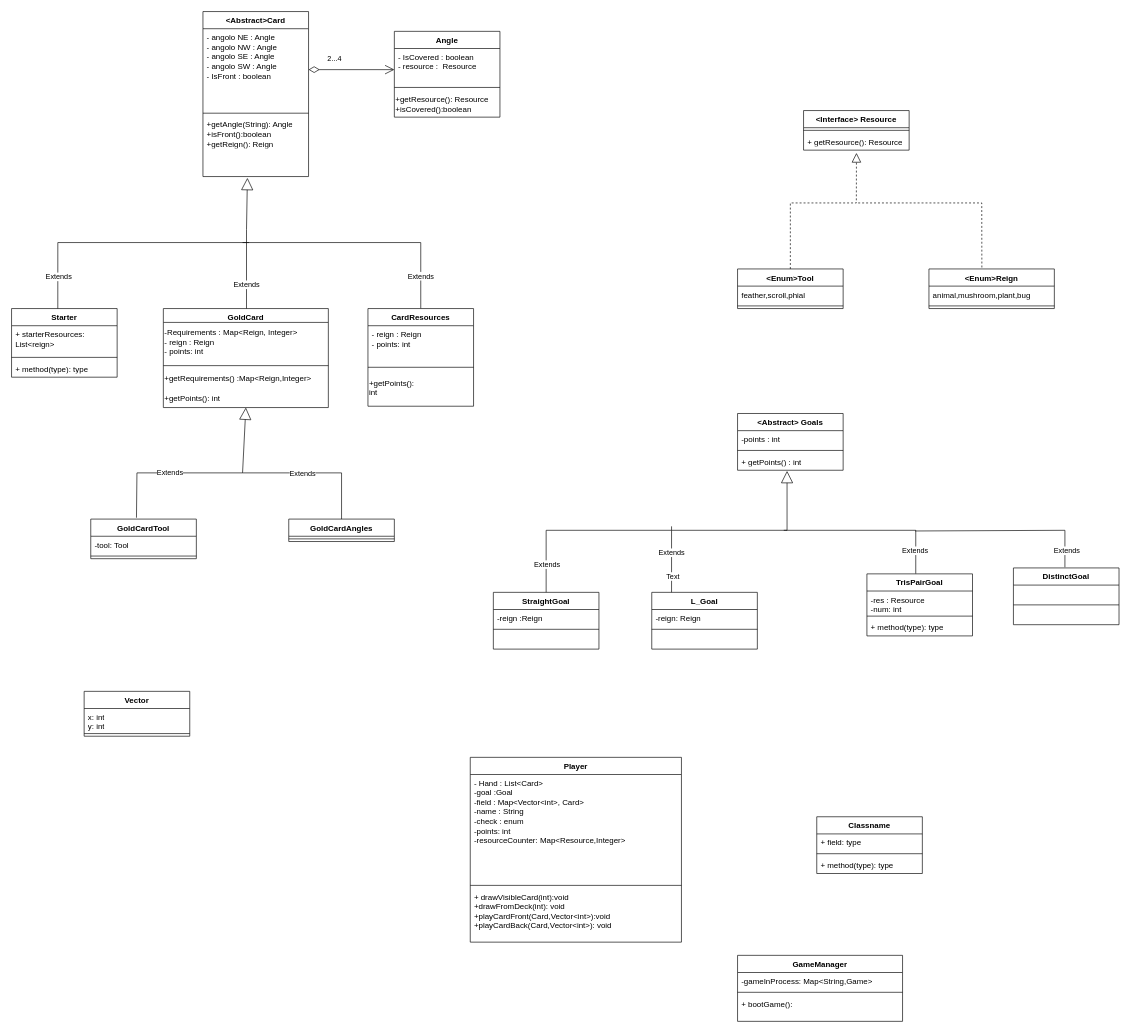
Above: Diagramma senza titolo.drawio in MaximilianMangosi/ing-sw-2024-Mangosi-Laguardia-Lapi-Mattina (draw.io), before the change. Source tidied: cells renumbered, new cells numbered last; positions are measured from the earlier drawing's top-left corner, leaving out a move shared by most shapes. Both pictures are drawn from the tidied source at 66%, with x=0, y=0 at pixel (11, 11).
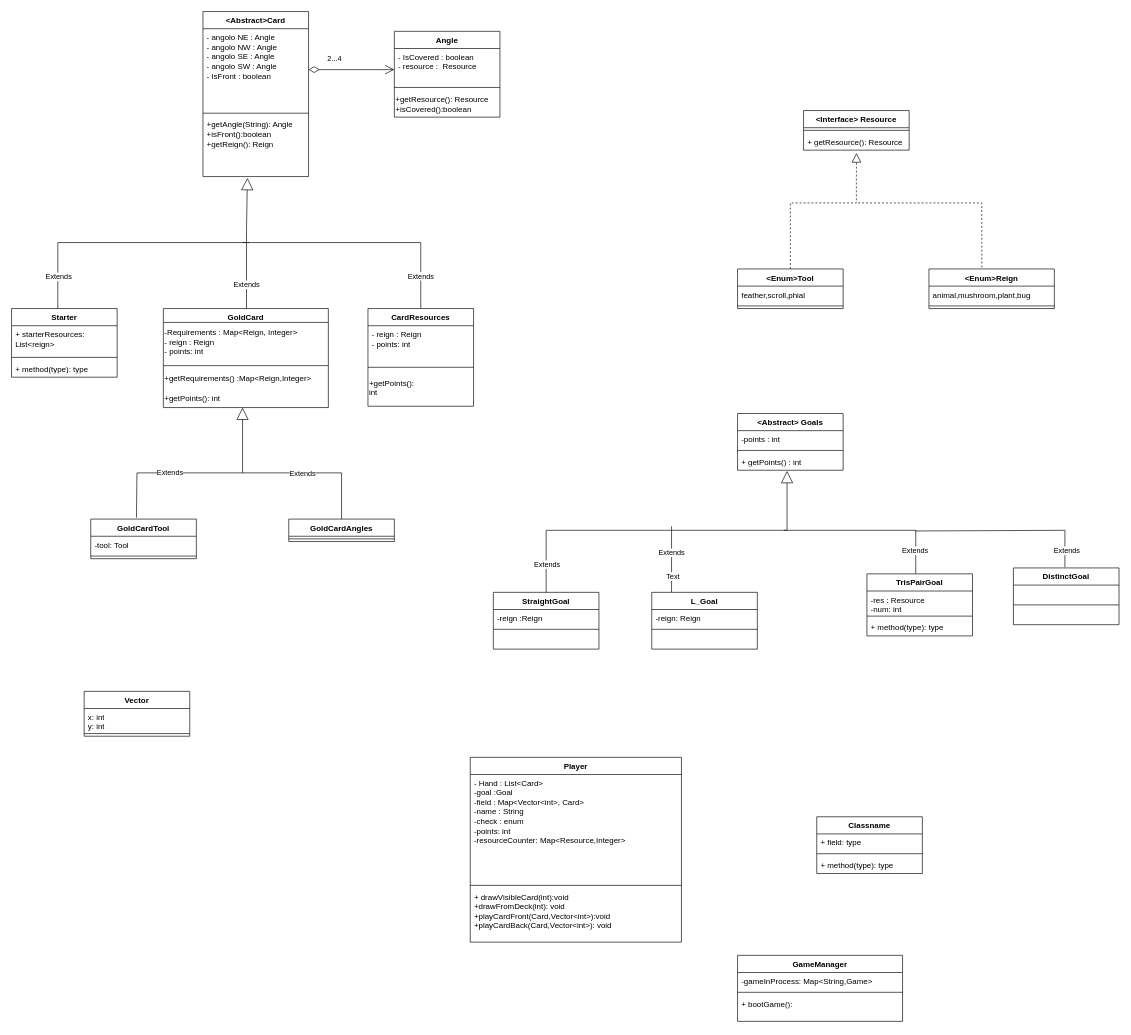
After the change.

The change refers to these unchanged cells:
```xml
<mxCell id="20" value="&lt;div align=&quot;left&quot;&gt;+getRequirements() :Map&amp;lt;Reign,Integer&amp;gt;&lt;br&gt;&lt;/div&gt;&lt;div align=&quot;left&quot;&gt;&lt;br&gt;&lt;/div&gt;&lt;div align=&quot;left&quot;&gt;+getPoints(): int&lt;br&gt;&lt;/div&gt;" style="text;html=1;align=left;verticalAlign=middle;whiteSpace=wrap;rounded=0;" parent="17" vertex="1">
  <mxGeometry y="92" width="250" height="58" as="geometry" />
</mxCell>
<mxCell id="23" value="GoldCardTool" style="swimlane;fontStyle=1;align=center;verticalAlign=top;horizontal=1;startSize=26;whiteSpace=wrap;html=1;" parent="1" vertex="1">
  <mxGeometry x="120" y="769" width="160" height="60" as="geometry" />
</mxCell>
```

What changed in the source:
```diff
@@
-    <mxCell id="30" value="Extends" style="endArrow=block;endSize=16;endFill=0;html=1;rounded=0;entryX=0.5;entryY=1;entryDx=0;entryDy=0;exitX=0.433;exitY=-0.035;exitDx=0;exitDy=0;exitPerimeter=0;" parent="1" edge="1" source="23" target="20">
+    <mxCell id="30" value="Extends" style="endArrow=block;endSize=16;endFill=0;html=1;rounded=0;entryX=0.48;entryY=1;entryDx=0;entryDy=0;exitX=0.433;exitY=-0.035;exitDx=0;exitDy=0;exitPerimeter=0;entryPerimeter=0;" parent="1" edge="1" source="23" target="20">
       <mxGeometry x="-0.28" relative="1" as="geometry">
         <Array as="points">
           <mxPoint x="190" y="699" />
           <mxPoint x="350" y="699" />
         </Array>
       </mxGeometry>
     </mxCell>
```
